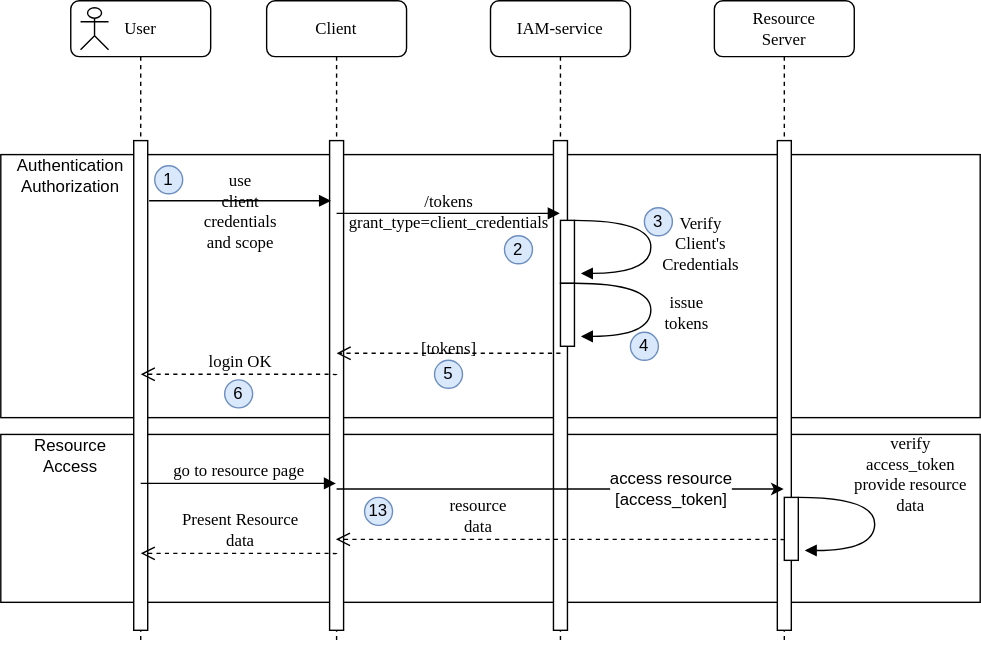
Before: docs/oauth2/134_client-credentials-flow.svg, a diagram exported from draw.io (jveverka/iam-service). Source tidied: cells renumbered, new cells last; positions are measured from the earlier drawing's top-left corner, leaving out a move shared by most shapes.
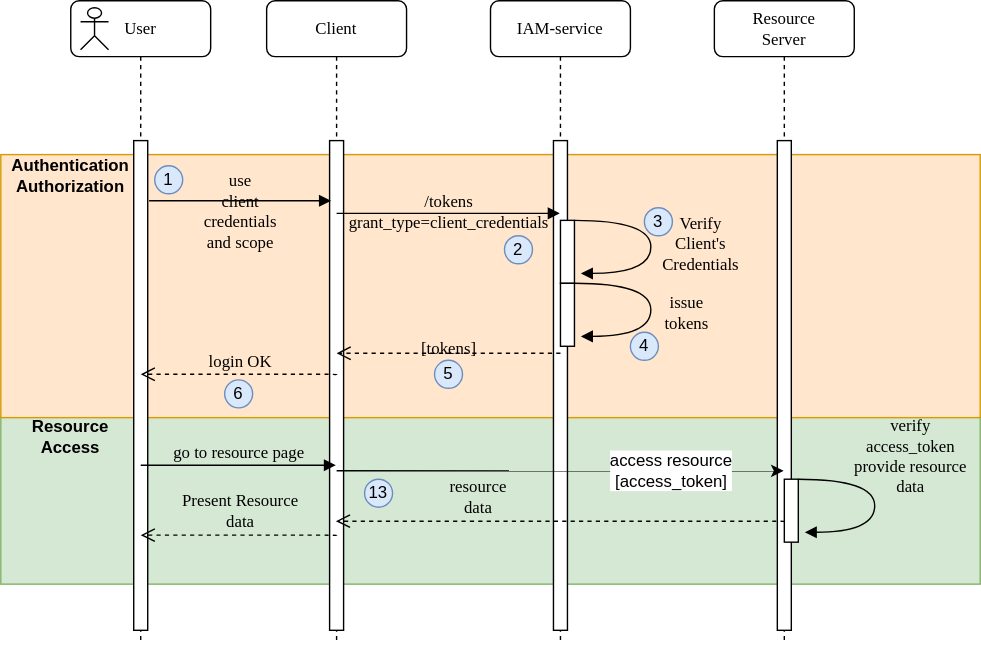
After the commit.

The edit, as a diff of the source:
```diff
@@ -2,10 +2,10 @@
   <root>
     <mxCell id="0" />
     <mxCell id="1" parent="0" />
-    <mxCell id="2" style="rounded=0;whiteSpace=wrap;html=1;" parent="1" vertex="1">
-      <mxGeometry y="310" width="700" height="120" as="geometry" />
+    <mxCell id="2" style="rounded=0;whiteSpace=wrap;html=1;fillColor=#d5e8d4;strokeColor=#82b366;" parent="1" vertex="1">
+      <mxGeometry y="297" width="700" height="120" as="geometry" />
     </mxCell>
-    <mxCell id="3" style="rounded=0;whiteSpace=wrap;html=1;" parent="1" vertex="1">
+    <mxCell id="3" style="rounded=0;whiteSpace=wrap;html=1;fillColor=#ffe6cc;strokeColor=#d79b00;" parent="1" vertex="1">
       <mxGeometry y="110" width="700" height="188" as="geometry" />
     </mxCell>
     <mxCell id="4" value="Client" style="shape=umlLifeline;perimeter=lifelinePerimeter;whiteSpace=wrap;html=1;rounded=1;shadow=0;comic=0;labelBackgroundColor=none;strokeWidth=1;fontFamily=Verdana;fontSize=12;align=center;" parent="1" vertex="1">
@@ -115,8 +115,8 @@
     </mxCell>
     <mxCell id="27" style="endArrow=classic;html=1;" parent="1" edge="1">
       <mxGeometry relative="1" as="geometry">
-        <mxPoint x="240" y="349" as="sourcePoint" />
-        <mxPoint x="559.5" y="349" as="targetPoint" />
+        <mxPoint x="240" y="336" as="sourcePoint" />
+        <mxPoint x="559.5" y="336" as="targetPoint" />
       </mxGeometry>
     </mxCell>
     <mxCell id="28" value="access resource&lt;br&gt;[access_token]" style="text;html=1;align=center;verticalAlign=middle;labelBackgroundColor=#ffffff;" parent="27" vertex="1">
@@ -124,52 +124,52 @@
     </mxCell>
     <mxCell id="29" value="resource&lt;br&gt;data" style="html=1;verticalAlign=bottom;endArrow=open;dashed=1;endSize=8;labelBackgroundColor=none;fontFamily=Verdana;fontSize=12;edgeStyle=elbowEdgeStyle;elbow=vertical;" parent="1" edge="1">
       <mxGeometry x="0.37" relative="1" as="geometry">
-        <mxPoint x="560" y="385.5" as="sourcePoint" />
-        <mxPoint x="239.5" y="385" as="targetPoint" />
+        <mxPoint x="560" y="372.5" as="sourcePoint" />
+        <mxPoint x="239.5" y="372" as="targetPoint" />
         <Array as="points">
-          <mxPoint x="525" y="385" />
-          <mxPoint x="555" y="385" />
+          <mxPoint x="525" y="372" />
+          <mxPoint x="555" y="372" />
         </Array>
       </mxGeometry>
     </mxCell>
     <mxCell id="30" value="go to resource page" style="html=1;verticalAlign=bottom;endArrow=block;labelBackgroundColor=none;fontFamily=Verdana;fontSize=12;edgeStyle=elbowEdgeStyle;elbow=vertical;" parent="1" edge="1">
       <mxGeometry relative="1" as="geometry">
-        <mxPoint x="100" y="345" as="sourcePoint" />
-        <mxPoint x="239.5" y="345" as="targetPoint" />
+        <mxPoint x="100" y="332" as="sourcePoint" />
+        <mxPoint x="239.5" y="332" as="targetPoint" />
       </mxGeometry>
     </mxCell>
     <mxCell id="31" value="Present Resource&lt;br&gt;data" style="html=1;verticalAlign=bottom;endArrow=open;dashed=1;endSize=8;labelBackgroundColor=none;fontFamily=Verdana;fontSize=12;edgeStyle=elbowEdgeStyle;elbow=vertical;" parent="1" edge="1">
       <mxGeometry relative="1" as="geometry">
-        <mxPoint x="240" y="395.5" as="sourcePoint" />
-        <mxPoint x="100" y="395" as="targetPoint" />
+        <mxPoint x="240" y="382.5" as="sourcePoint" />
+        <mxPoint x="100" y="382" as="targetPoint" />
         <Array as="points">
-          <mxPoint x="205" y="395" />
-          <mxPoint x="235" y="395" />
+          <mxPoint x="205" y="382" />
+          <mxPoint x="235" y="382" />
         </Array>
       </mxGeometry>
     </mxCell>
     <mxCell id="32" style="html=1;perimeter=orthogonalPerimeter;rounded=0;shadow=0;comic=0;labelBackgroundColor=none;strokeWidth=1;fontFamily=Verdana;fontSize=12;align=center;" parent="1" vertex="1">
-      <mxGeometry x="560" y="355" width="10" height="45" as="geometry" />
+      <mxGeometry x="560" y="342" width="10" height="45" as="geometry" />
     </mxCell>
     <mxCell id="33" value="verify&lt;br&gt;access_token&lt;br&gt;provide resource&lt;br&gt;data" style="html=1;verticalAlign=bottom;endArrow=block;labelBackgroundColor=none;fontFamily=Verdana;fontSize=12;elbow=vertical;edgeStyle=orthogonalEdgeStyle;curved=1;entryX=1;entryY=0.286;entryPerimeter=0;exitX=1.038;exitY=0.345;exitPerimeter=0;" parent="1" edge="1">
       <mxGeometry x="-0.23" y="-29" relative="1" as="geometry">
-        <mxPoint x="570" y="355" as="sourcePoint" />
-        <mxPoint x="574.6" y="392.9" as="targetPoint" />
+        <mxPoint x="570" y="342" as="sourcePoint" />
+        <mxPoint x="574.6" y="379.9" as="targetPoint" />
         <Array as="points">
-          <mxPoint x="624.6" y="354.9" />
-          <mxPoint x="624.6" y="392.9" />
+          <mxPoint x="624.6" y="341.9" />
+          <mxPoint x="624.6" y="379.9" />
         </Array>
         <mxPoint x="54" y="15" as="offset" />
       </mxGeometry>
     </mxCell>
     <mxCell id="34" value="13" style="ellipse;whiteSpace=wrap;html=1;fillColor=#dae8fc;strokeColor=#6c8ebf;" parent="1" vertex="1">
-      <mxGeometry x="260" y="355" width="20" height="20" as="geometry" />
+      <mxGeometry x="260" y="342" width="20" height="20" as="geometry" />
     </mxCell>
-    <mxCell id="35" value="Authentication&lt;br&gt;Authorization" style="text;html=1;strokeColor=none;fillColor=none;align=center;verticalAlign=middle;whiteSpace=wrap;rounded=0;" parent="1" vertex="1">
+    <mxCell id="35" value="&lt;b&gt;Authentication&lt;br&gt;Authorization&lt;/b&gt;" style="text;html=1;strokeColor=none;fillColor=none;align=center;verticalAlign=middle;whiteSpace=wrap;rounded=0;" parent="1" vertex="1">
       <mxGeometry x="10" y="110" width="80" height="30" as="geometry" />
     </mxCell>
-    <mxCell id="36" value="Resource&lt;br&gt;Access" style="text;html=1;strokeColor=none;fillColor=none;align=center;verticalAlign=middle;whiteSpace=wrap;rounded=0;" parent="1" vertex="1">
-      <mxGeometry x="10" y="310" width="80" height="30" as="geometry" />
+    <mxCell id="36" value="&lt;b&gt;Resource&lt;br&gt;Access&lt;/b&gt;" style="text;html=1;strokeColor=none;fillColor=none;align=center;verticalAlign=middle;whiteSpace=wrap;rounded=0;" parent="1" vertex="1">
+      <mxGeometry x="10" y="297" width="80" height="30" as="geometry" />
     </mxCell>
   </root>
 </mxGraphModel>
```
